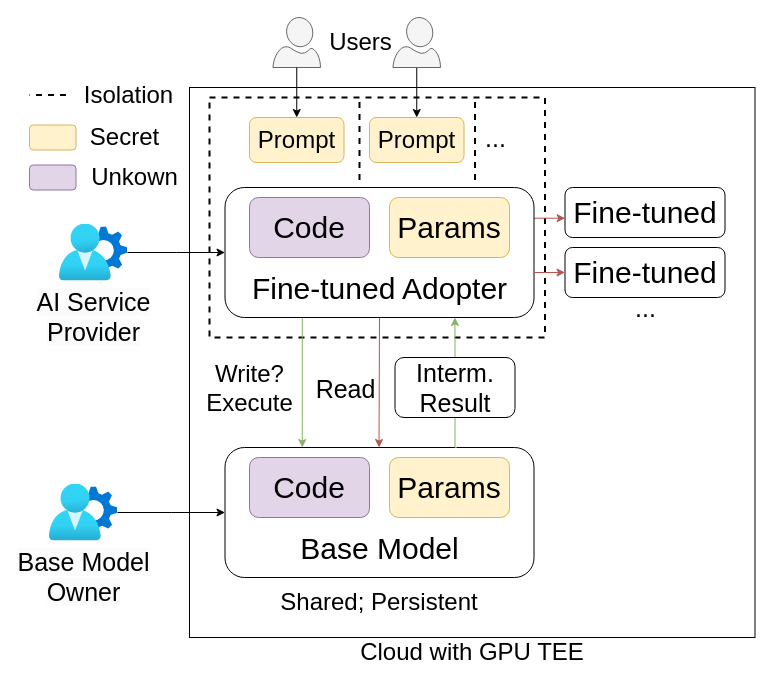
Earlier version of the draw.io diagram ConfidentialComputing/confAI-model.drawio (ya0guang/researches). Source tidied: cells renumbered, new cells numbered last; positions are measured from the earlier drawing's top-left corner, leaving out a move shared by most shapes. Both pictures are drawn from the tidied source at 100%, with x=0, y=0 at pixel (29, 17).
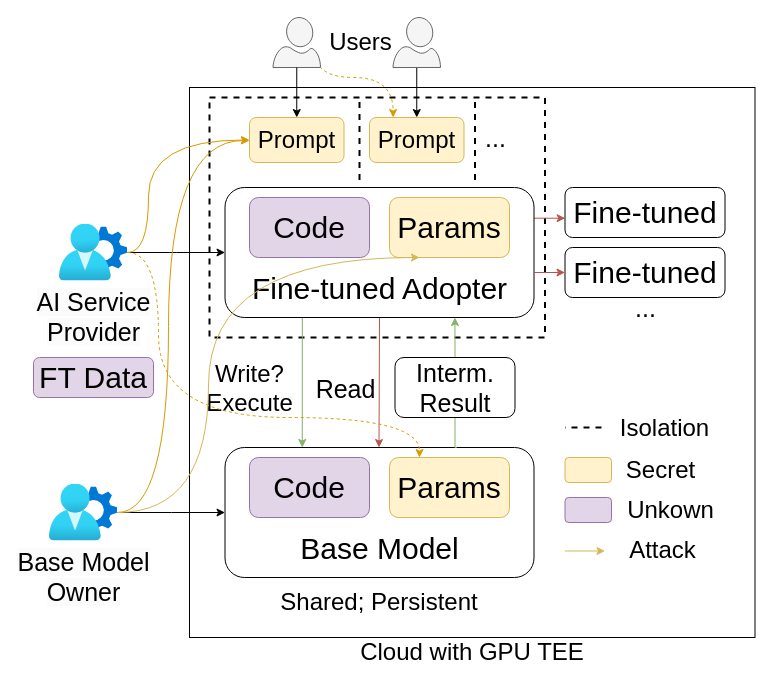
Above is the later version.

The change refers to these unchanged cells:
```xml
<mxCell id="7" value="&lt;font style=&quot;font-size: 30px;&quot;&gt;Params&lt;/font&gt;" style="rounded=1;whiteSpace=wrap;html=1;fillColor=#fff2cc;strokeColor=#d6b656;" parent="1" vertex="1">
  <mxGeometry x="360" y="440" width="120" height="60" as="geometry" />
</mxCell>
<mxCell id="16" value="&lt;font style=&quot;font-size: 30px;&quot;&gt;Params&lt;/font&gt;" style="rounded=1;whiteSpace=wrap;html=1;fillColor=#fff2cc;strokeColor=#d6b656;" parent="1" vertex="1">
  <mxGeometry x="360" y="180" width="120" height="60" as="geometry" />
</mxCell>
<mxCell id="23" value="&lt;font style=&quot;font-size: 24px;&quot;&gt;Prompt&lt;/font&gt;" style="rounded=1;whiteSpace=wrap;html=1;fillColor=#fff2cc;strokeColor=#d6b656;" parent="1" vertex="1">
  <mxGeometry x="220" y="100" width="94.5" height="45" as="geometry" />
</mxCell>
<mxCell id="24" value="&lt;font style=&quot;font-size: 24px;&quot;&gt;Prompt&lt;/font&gt;" style="rounded=1;whiteSpace=wrap;html=1;fillColor=#fff2cc;strokeColor=#d6b656;" parent="1" vertex="1">
  <mxGeometry x="340" y="100" width="94.5" height="45" as="geometry" />
</mxCell>
<mxCell id="28" style="verticalLabelPosition=bottom;html=1;verticalAlign=top;align=center;strokeColor=#666666;fillColor=#f5f5f5;shape=mxgraph.azure.user;fontColor=#333333;" parent="1" vertex="1">
  <mxGeometry x="243.5" width="47.5" height="50" as="geometry" />
</mxCell>
<mxCell id="32" value="&lt;span style=&quot;font-size: 25px; background-color: rgb(251, 251, 251);&quot;&gt;AI Service&lt;/span&gt;&lt;br style=&quot;font-size: 25px; background-color: rgb(251, 251, 251);&quot;&gt;&lt;span style=&quot;font-size: 25px; background-color: rgb(251, 251, 251);&quot;&gt;Provider&lt;/span&gt;" style="image;html=1;points=[];align=center;fontSize=12;image=img/lib/azure2/identity/User_Settings.svg;" parent="1" vertex="1">
  <mxGeometry x="30" y="206.5" width="68" height="56.9" as="geometry" />
</mxCell>
<mxCell id="34" value="&lt;span style=&quot;font-size: 25px; background-color: rgb(251, 251, 251);&quot;&gt;Base Model&lt;br&gt;Owner&lt;/span&gt;" style="image;html=1;points=[];align=center;fontSize=12;image=img/lib/azure2/identity/User_Settings.svg;" parent="1" vertex="1">
  <mxGeometry x="20" y="466.5" width="68" height="56.9" as="geometry" />
</mxCell>
```

The edit, as a diff of the source:
```diff
@@
+    <mxCell id="44" style="edgeStyle=orthogonalEdgeStyle;rounded=0;jettySize=auto;html=1;entryX=0.25;entryY=0;entryDx=0;entryDy=0;curved=1;fillColor=#ffe6cc;strokeColor=#d79b00;dashed=1;exitX=0.87;exitY=0.65;exitDx=0;exitDy=0;exitPerimeter=0;" parent="1" edge="1" source="28" target="24">
+      <mxGeometry relative="1" as="geometry">
+        <Array as="points">
+          <mxPoint x="285" y="60" />
+          <mxPoint x="364" y="60" />
+        </Array>
+      </mxGeometry>
+    </mxCell>
@@
+    <mxCell id="45" style="edgeStyle=orthogonalEdgeStyle;rounded=0;jettySize=auto;html=1;entryX=0;entryY=0.5;entryDx=0;entryDy=0;curved=1;fillColor=#ffe6cc;strokeColor=#d79b00;" parent="1" edge="1" source="32" target="23">
+      <mxGeometry relative="1" as="geometry">
+        <Array as="points">
+          <mxPoint x="119" y="235" />
+          <mxPoint x="119" y="123" />
+        </Array>
+      </mxGeometry>
+    </mxCell>
+    <mxCell id="46" style="edgeStyle=orthogonalEdgeStyle;rounded=0;jettySize=auto;html=1;entryX=0.25;entryY=0;entryDx=0;entryDy=0;curved=1;fillColor=#ffe6cc;strokeColor=#d79b00;dashed=1;" parent="1" edge="1" source="32" target="7">
+      <mxGeometry relative="1" as="geometry">
+        <Array as="points">
+          <mxPoint x="129" y="235" />
+          <mxPoint x="129" y="400" />
+          <mxPoint x="390" y="400" />
+        </Array>
+      </mxGeometry>
+    </mxCell>
@@
+    <mxCell id="47" style="edgeStyle=orthogonalEdgeStyle;rounded=0;jettySize=auto;html=1;curved=1;fillColor=#ffe6cc;strokeColor=#d79b00;" parent="1" edge="1" source="34" target="23">
+      <mxGeometry relative="1" as="geometry">
+        <Array as="points">
+          <mxPoint x="139" y="495" />
+          <mxPoint x="139" y="123" />
+        </Array>
+      </mxGeometry>
+    </mxCell>
+    <mxCell id="48" style="edgeStyle=orthogonalEdgeStyle;rounded=0;jettySize=auto;html=1;entryX=0.25;entryY=1;entryDx=0;entryDy=0;curved=1;fillColor=#fff2cc;strokeColor=#d6b656;" parent="1" edge="1" source="34" target="16">
+      <mxGeometry relative="1" as="geometry">
+        <Array as="points">
+          <mxPoint x="179" y="495" />
+          <mxPoint x="179" y="240" />
+        </Array>
+      </mxGeometry>
+    </mxCell>
@@
     <mxCell id="37" style="endArrow=none;dashed=1;html=1;strokeWidth=2;rounded=0;" parent="1" edge="1">
       <mxGeometry relative="1" as="geometry">
-        <mxPoint x="36.5" y="77.5" as="sourcePoint" />
-        <mxPoint y="77.5" as="targetPoint" />
+        <mxPoint x="572" y="410" as="sourcePoint" />
+        <mxPoint x="535.5" y="410" as="targetPoint" />
       </mxGeometry>
     </mxCell>
@@
     <mxCell id="39" style="rounded=1;whiteSpace=wrap;html=1;fillColor=#fff2cc;strokeColor=#d6b656;" parent="1" vertex="1">
-      <mxGeometry y="107.5" width="46.5" height="25" as="geometry" />
+      <mxGeometry x="535.5" y="440" width="46.5" height="25" as="geometry" />
     </mxCell>
     <mxCell id="40" value="&lt;span style=&quot;font-size: 24px;&quot;&gt;Secret&lt;/span&gt;" style="text;html=1;align=center;verticalAlign=middle;strokeColor=none;fillColor=none;labelBackgroundColor=none;" parent="1" vertex="1">
-      <mxGeometry x="50" y="100" width="90" height="40" as="geometry" />
+      <mxGeometry x="585.5" y="432.5" width="90" height="40" as="geometry" />
     </mxCell>
     <mxCell id="41" style="rounded=1;whiteSpace=wrap;html=1;fillColor=#e1d5e7;strokeColor=#9673a6;" parent="1" vertex="1">
-      <mxGeometry y="147.5" width="46.5" height="25" as="geometry" />
+      <mxGeometry x="535.5" y="480" width="46.5" height="25" as="geometry" />
     </mxCell>
     <mxCell id="42" value="&lt;span style=&quot;font-size: 24px;&quot;&gt;Unkown&lt;/span&gt;" style="text;html=1;align=center;verticalAlign=middle;strokeColor=none;fillColor=none;labelBackgroundColor=none;" parent="1" vertex="1">
-      <mxGeometry x="50" y="140" width="110" height="40" as="geometry" />
+      <mxGeometry x="585.5" y="472.5" width="110" height="40" as="geometry" />
     </mxCell>
@@
+    <mxCell id="49" style="rounded=0;orthogonalLoop=1;jettySize=auto;html=1;fillColor=#fff2cc;strokeColor=#d6b656;" parent="1" edge="1">
+      <mxGeometry relative="1" as="geometry">
+        <mxPoint x="535.5" y="533.5" as="sourcePoint" />
+        <mxPoint x="575.5" y="533.5" as="targetPoint" />
+      </mxGeometry>
+    </mxCell>
+    <mxCell id="50" value="&lt;span style=&quot;font-size: 24px;&quot;&gt;Attack&lt;/span&gt;" style="text;html=1;align=center;verticalAlign=middle;strokeColor=none;fillColor=none;labelBackgroundColor=none;" parent="1" vertex="1">
+      <mxGeometry x="587.8" y="512.5" width="90" height="40" as="geometry" />
+    </mxCell>
+    <mxCell id="51" value="&lt;font style=&quot;font-size: 30px;&quot;&gt;FT Data&lt;/font&gt;" style="rounded=1;whiteSpace=wrap;html=1;fillColor=#e1d5e7;strokeColor=#9673a6;" parent="1" vertex="1">
+      <mxGeometry x="4" y="340" width="120" height="40" as="geometry" />
+    </mxCell>
```
